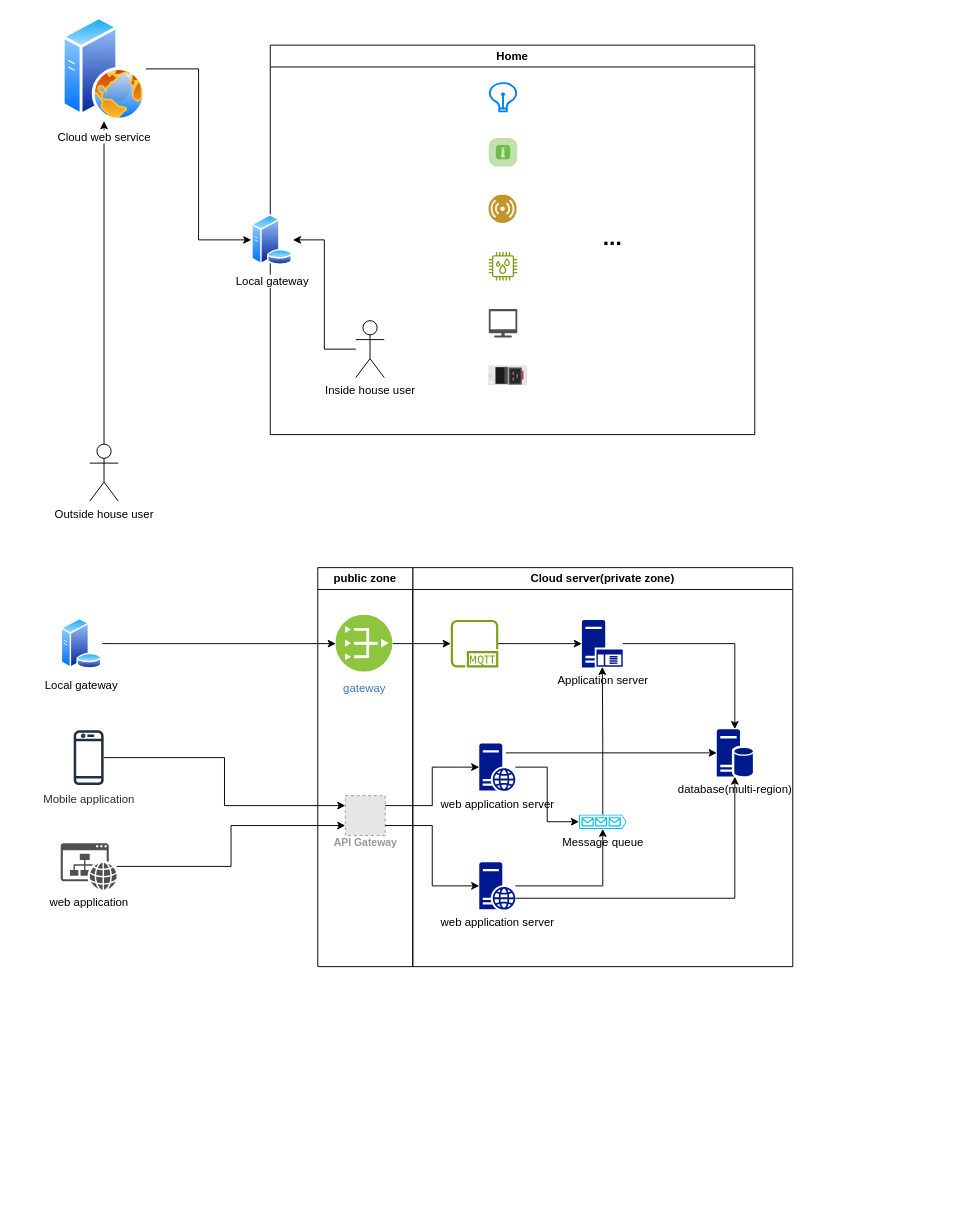
Before: iot.drawio in criznguyen/draw, a draw.io diagram. Source tidied: cells renumbered, new cells numbered last; positions are measured from the earlier drawing's top-left corner, leaving out a move shared by most shapes. Both pictures are drawn from the tidied source at 95%, with x=0, y=0 at pixel (60, 16). Pictures stored in the file or linked from it are replaced by grey dashed boxes.
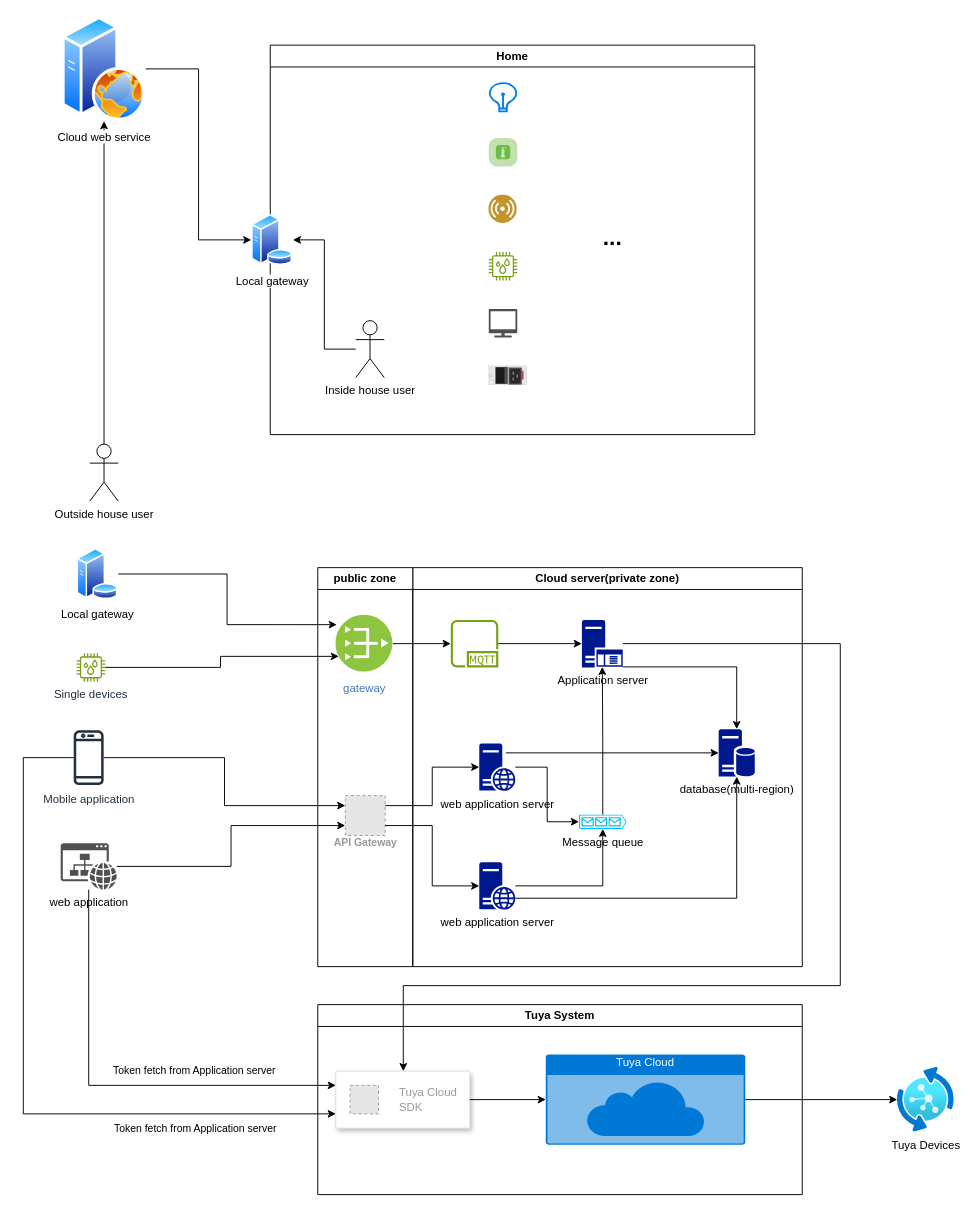
The same page after the edit.

Commit message:
Cập nhật iot.drawio

The change refers to these unchanged cells:
```xml
<mxCell id="19" value="Application server" style="sketch=0;shadow=0;dashed=0;html=1;strokeColor=none;labelPosition=center;verticalLabelPosition=bottom;verticalAlign=top;align=center;fillColor=#00188D;shape=mxgraph.mscae.enterprise.application_server;" parent="17" vertex="1">
  <mxGeometry x="178" y="55" width="43" height="50" as="geometry" />
</mxCell>
<mxCell id="34" value="Mobile application" style="sketch=0;outlineConnect=0;fontColor=#232F3E;gradientColor=none;fillColor=#232F3D;strokeColor=none;dashed=0;verticalLabelPosition=bottom;verticalAlign=top;align=center;html=1;fontSize=12;fontStyle=0;shape=mxgraph.aws4.mobile_client;" parent="1" vertex="1">
  <mxGeometry x="14.1" y="750" width="31.5" height="60" as="geometry" />
</mxCell>
<mxCell id="36" value="web application" style="sketch=0;shadow=0;dashed=0;html=1;strokeColor=none;fillColor=#505050;labelPosition=center;verticalLabelPosition=bottom;verticalAlign=top;outlineConnect=0;align=center;shape=mxgraph.office.concepts.website;" parent="1" vertex="1">
  <mxGeometry x="0.4" y="870" width="59" height="49" as="geometry" />
</mxCell>
<mxCell id="39" value="gateway" style="image;perimeter=ellipsePerimeter;html=1;align=center;shadow=0;dashed=0;fontColor=#4277BB;labelBackgroundColor=default;fontSize=12;spacingTop=3;image=img/lib/ibm/vpc/PublicGateway.svg;" parent="37" vertex="1">
  <mxGeometry x="19" y="50" width="60" height="60" as="geometry" />
</mxCell>
```

What changed in the source:
```diff
@@
     <mxCell id="17" value="Cloud se&lt;span style=&quot;background-color: initial;&quot;&gt;rver(private zone)&lt;/span&gt;" style="swimlane;whiteSpace=wrap;html=1;" parent="1" vertex="1">
-      <mxGeometry x="371" y="580" width="400" height="420" as="geometry" />
+      <mxGeometry x="371" y="580" width="410" height="420" as="geometry" />
     </mxCell>
@@
     <mxCell id="20" value="database(multi-region)" style="sketch=0;shadow=0;dashed=0;html=1;strokeColor=none;labelPosition=center;verticalLabelPosition=bottom;verticalAlign=top;align=center;fillColor=#00188D;shape=mxgraph.mscae.enterprise.database_server;" parent="17" vertex="1">
-      <mxGeometry x="320" y="170" width="38" height="50" as="geometry" />
+      <mxGeometry x="322" y="170" width="38" height="50" as="geometry" />
     </mxCell>
@@
-    <mxCell id="25" style="edgeStyle=orthogonalEdgeStyle;rounded=0;jettySize=auto;html=1;entryX=0.5;entryY=0;entryDx=0;entryDy=0;entryPerimeter=0;" parent="17" edge="1" source="19" target="20">
-      <mxGeometry relative="1" as="geometry" />
-    </mxCell>
@@
+    <mxCell id="25" style="edgeStyle=orthogonalEdgeStyle;rounded=0;jettySize=auto;html=1;exitX=1;exitY=0.99;exitDx=0;exitDy=0;exitPerimeter=0;entryX=0.5;entryY=0;entryDx=0;entryDy=0;entryPerimeter=0;" parent="17" edge="1" source="19" target="20">
+      <mxGeometry relative="1" as="geometry">
+        <Array as="points">
+          <mxPoint x="341" y="105" />
+        </Array>
+      </mxGeometry>
+    </mxCell>
-    <mxCell id="31" style="edgeStyle=orthogonalEdgeStyle;rounded=0;jettySize=auto;html=1;entryX=0;entryY=0.5;entryDx=0;entryDy=0;fixDash=0;orthogonal=0;enumerate=0;comic=0;backgroundOutline=0;snapToPoint=0;" parent="1" edge="1" source="32" target="39">
+    <mxCell id="31" style="edgeStyle=orthogonalEdgeStyle;rounded=0;jettySize=auto;html=1;entryX=0.017;entryY=0.167;entryDx=0;entryDy=0;fixDash=0;orthogonal=0;enumerate=0;comic=0;backgroundOutline=0;snapToPoint=0;entryPerimeter=0;" parent="1" edge="1" source="32" target="39">
       <mxGeometry relative="1" as="geometry" />
     </mxCell>
     <mxCell id="32" value="Local gateway" style="image;perimeter=ellipsePerimeter;html=1;align=center;shadow=0;dashed=0;spacingTop=3;image=img/lib/active_directory/database_server.svg;" parent="1" vertex="1">
-      <mxGeometry x="0.4" y="633.3" width="43.8" height="53.4" as="geometry" />
+      <mxGeometry x="17.2" y="560" width="43.8" height="53.4" as="geometry" />
     </mxCell>
@@
+    <mxCell id="43" style="edgeStyle=orthogonalEdgeStyle;rounded=0;jettySize=auto;html=1;entryX=0;entryY=0.75;entryDx=0;entryDy=0;" parent="1" edge="1" source="34" target="50">
+      <mxGeometry relative="1" as="geometry">
+        <Array as="points">
+          <mxPoint x="-39" y="780" />
+          <mxPoint x="-39" y="1155" />
+        </Array>
+      </mxGeometry>
+    </mxCell>
@@
+    <mxCell id="44" style="edgeStyle=orthogonalEdgeStyle;rounded=0;jettySize=auto;html=1;entryX=0;entryY=0.25;entryDx=0;entryDy=0;" parent="1" edge="1" source="36" target="50">
+      <mxGeometry relative="1" as="geometry">
+        <Array as="points">
+          <mxPoint x="30" y="1125" />
+        </Array>
+      </mxGeometry>
+    </mxCell>
+    <mxCell id="45" value="Token fetch from Application server" style="edgeLabel;html=1;align=center;verticalAlign=middle;" parent="44" vertex="1">
+      <mxGeometry x="-0.39" relative="1" as="geometry">
+        <mxPoint x="111" y="48" as="offset" />
+      </mxGeometry>
+    </mxCell>
@@
+    <mxCell id="46" style="edgeStyle=orthogonalEdgeStyle;rounded=0;jettySize=auto;html=1;entryX=0;entryY=0.75;entryDx=0;entryDy=0;" parent="1" edge="1" source="47" target="39">
+      <mxGeometry relative="1" as="geometry" />
+    </mxCell>
+    <mxCell id="47" value="Single devices" style="sketch=0;outlineConnect=0;fontColor=#232F3E;gradientColor=none;fillColor=#7AA116;strokeColor=none;dashed=0;verticalLabelPosition=bottom;verticalAlign=top;align=center;html=1;fontSize=12;fontStyle=0;shape=mxgraph.aws4.iot_thing_humidity_sensor;" parent="1" vertex="1">
+      <mxGeometry x="17.2" y="670" width="30" height="30" as="geometry" />
+    </mxCell>
+    <mxCell id="48" value="Tuya Devices" style="image;html=1;points=[];align=center;fontSize=12;image=img/lib/azure2/other/Device_Update_IoT_Hub.svg;" parent="1" vertex="1">
+      <mxGeometry x="881" y="1106" width="60" height="68" as="geometry" />
+    </mxCell>
+    <mxCell id="49" value="Tuya System" style="swimlane;whiteSpace=wrap;html=1;" parent="1" vertex="1">
+      <mxGeometry x="271" y="1040" width="510" height="200" as="geometry" />
+    </mxCell>
+    <mxCell id="50" style="strokeColor=#dddddd;shadow=1;strokeWidth=1;rounded=1;absoluteArcSize=1;arcSize=2;" parent="49" vertex="1">
+      <mxGeometry x="19" y="70" width="141" height="60" as="geometry" />
+    </mxCell>
+    <mxCell id="51" value="Tuya Cloud&lt;br&gt;SDK" style="fillColor=#E6E6E6;strokeColor=#999999;dashed=1;html=1;fontColor=#999999;verticalLabelPosition=middle;verticalAlign=middle;labelPosition=right;align=left;spacingLeft=20;" parent="50" vertex="1">
+      <mxGeometry width="30" height="30" relative="1" as="geometry">
+        <mxPoint x="15" y="15" as="offset" />
+      </mxGeometry>
+    </mxCell>
+    <mxCell id="52" value="Tuya Cloud" style="html=1;whiteSpace=wrap;strokeColor=none;fillColor=#0079D6;labelPosition=center;verticalLabelPosition=middle;verticalAlign=top;align=center;fontSize=12;outlineConnect=0;spacingTop=-6;fontColor=#FFFFFF;sketch=0;shape=mxgraph.sitemap.cloud;" parent="49" vertex="1">
+      <mxGeometry x="240" y="52.5" width="210" height="95" as="geometry" />
+    </mxCell>
+    <mxCell id="53" style="edgeStyle=orthogonalEdgeStyle;rounded=0;jettySize=auto;html=1;entryX=0;entryY=0.5;entryDx=0;entryDy=0;entryPerimeter=0;" parent="49" edge="1" source="50" target="52">
+      <mxGeometry relative="1" as="geometry" />
+    </mxCell>
+    <mxCell id="54" style="edgeStyle=orthogonalEdgeStyle;rounded=0;jettySize=auto;html=1;flowAnimation=1;" parent="1" edge="1" source="52" target="48">
+      <mxGeometry relative="1" as="geometry" />
+    </mxCell>
+    <mxCell id="55" style="edgeStyle=orthogonalEdgeStyle;rounded=0;jettySize=auto;html=1;flowAnimation=1;" parent="1" edge="1" source="19" target="50">
+      <mxGeometry relative="1" as="geometry">
+        <Array as="points">
+          <mxPoint x="821" y="660" />
+          <mxPoint x="821" y="1020" />
+          <mxPoint x="361" y="1020" />
+        </Array>
+      </mxGeometry>
+    </mxCell>
+    <mxCell id="56" value="Token fetch from Application server" style="edgeLabel;html=1;align=center;verticalAlign=middle;" parent="1" vertex="1">
+      <mxGeometry x="141" y="1170" as="geometry" />
+    </mxCell>
```
